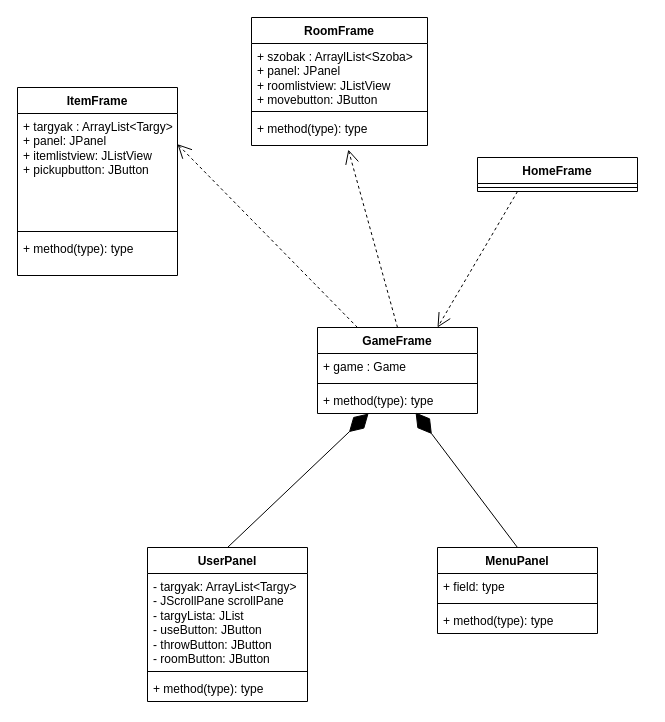
The draw.io diagram Docs/Grafikus_UML.drawio in TarsolyLevente/projlab_pupakok, before the edit. Source tidied: cells renumbered, new cells numbered last; positions are measured from the earlier drawing's top-left corner, leaving out a move shared by most shapes. Both pictures are drawn from the tidied source at 100%, with x=0, y=0 at pixel (17, 17).
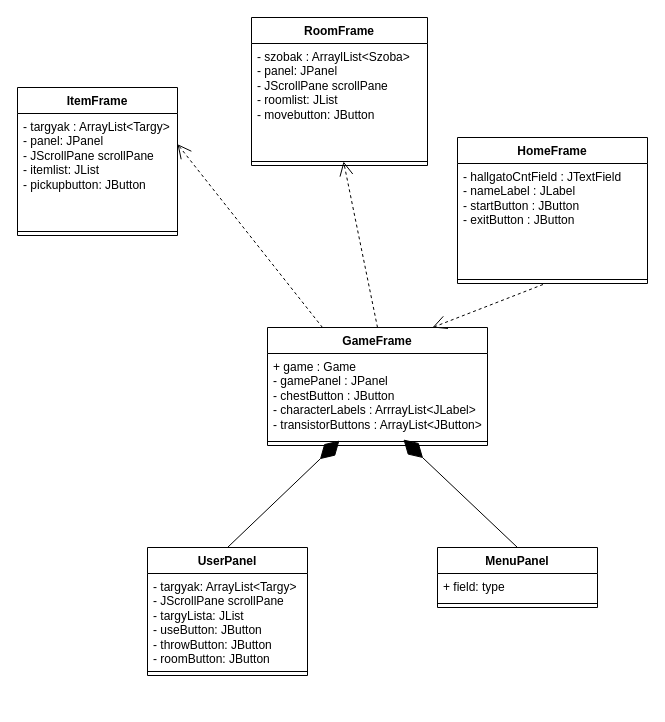
Above is the later version.

Commit message:
UML fasz

Diff of the diagram source:
```diff
@@
-    <mxCell id="2" value="HomeFrame" style="swimlane;fontStyle=1;align=center;verticalAlign=top;horizontal=1;startSize=26;whiteSpace=wrap;html=1;" parent="1" vertex="1">
-      <mxGeometry x="460" y="140" width="160" height="34" as="geometry" />
-    </mxCell>
-    <mxCell id="3" style="line;strokeWidth=1;fillColor=none;align=left;verticalAlign=middle;spacingTop=-1;spacingLeft=3;spacingRight=3;labelPosition=right;strokeColor=inherit;" parent="2" vertex="1">
-      <mxGeometry y="26" width="160" height="8" as="geometry" />
-    </mxCell>
     <mxCell id="4" value="GameFrame" style="swimlane;fontStyle=1;align=center;verticalAlign=top;horizontal=1;startSize=26;whiteSpace=wrap;html=1;" parent="1" vertex="1">
-      <mxGeometry x="300" y="310" width="160" height="86" as="geometry" />
+      <mxGeometry x="250" y="310" width="220" height="118" as="geometry" />
     </mxCell>
-    <mxCell id="5" value="+ game : Game" style="text;strokeColor=none;fillColor=none;align=left;verticalAlign=top;spacingLeft=4;spacingRight=4;overflow=hidden;points=[[0,0.5],[1,0.5]];portConstraint=eastwest;whiteSpace=wrap;html=1;" parent="4" vertex="1">
-      <mxGeometry y="26" width="160" height="26" as="geometry" />
+    <mxCell id="5" value="+ game : Game&lt;div&gt;- gamePanel : JPanel&lt;/div&gt;&lt;div&gt;- chestButton : JButton&lt;/div&gt;&lt;div&gt;- characterLabels : ArrrayList&amp;lt;JLabel&amp;gt;&lt;/div&gt;&lt;div&gt;- transistorButtons : ArrayList&amp;lt;JButton&amp;gt;&lt;/div&gt;" style="text;strokeColor=none;fillColor=none;align=left;verticalAlign=top;spacingLeft=4;spacingRight=4;overflow=hidden;points=[[0,0.5],[1,0.5]];portConstraint=eastwest;whiteSpace=wrap;html=1;" parent="4" vertex="1">
+      <mxGeometry y="26" width="220" height="84" as="geometry" />
     </mxCell>
     <mxCell id="6" style="line;strokeWidth=1;fillColor=none;align=left;verticalAlign=middle;spacingTop=-1;spacingLeft=3;spacingRight=3;labelPosition=right;points=[];portConstraint=eastwest;strokeColor=inherit;" parent="4" vertex="1">
-      <mxGeometry y="52" width="160" height="8" as="geometry" />
+      <mxGeometry y="110" width="220" height="8" as="geometry" />
     </mxCell>
-    <mxCell id="7" value="+ method(type): type" style="text;strokeColor=none;fillColor=none;align=left;verticalAlign=top;spacingLeft=4;spacingRight=4;overflow=hidden;points=[[0,0.5],[1,0.5]];portConstraint=eastwest;whiteSpace=wrap;html=1;" parent="4" vertex="1">
-      <mxGeometry y="60" width="160" height="26" as="geometry" />
-    </mxCell>
     <mxCell id="8" value="RoomFrame" style="swimlane;fontStyle=1;align=center;verticalAlign=top;horizontal=1;startSize=26;whiteSpace=wrap;html=1;" parent="1" vertex="1">
-      <mxGeometry x="234" width="176" height="128" as="geometry" />
+      <mxGeometry x="234" width="176" height="148" as="geometry" />
     </mxCell>
-    <mxCell id="9" value="&lt;div&gt;+ szobak : ArraylList&amp;lt;Szoba&amp;gt;&lt;/div&gt;&lt;div&gt;+ panel: JPanel&lt;/div&gt;&lt;div&gt;+ roomlistview: JListView&lt;/div&gt;&lt;div&gt;+ movebutton: JButton&lt;/div&gt;" style="text;strokeColor=none;fillColor=none;align=left;verticalAlign=top;spacingLeft=4;spacingRight=4;overflow=hidden;whiteSpace=wrap;html=1;" parent="8" vertex="1">
-      <mxGeometry y="26" width="176" height="64" as="geometry" />
+    <mxCell id="9" value="&lt;div&gt;- szobak : ArraylList&amp;lt;Szoba&amp;gt;&lt;/div&gt;&lt;div&gt;- panel: JPanel&lt;/div&gt;&lt;div&gt;- JScrollPane scrollPane&lt;/div&gt;&lt;div&gt;- roomlist: JList&lt;/div&gt;&lt;div&gt;- movebutton: JButton&lt;/div&gt;" style="text;strokeColor=none;fillColor=none;align=left;verticalAlign=top;spacingLeft=4;spacingRight=4;overflow=hidden;whiteSpace=wrap;html=1;" parent="8" vertex="1">
+      <mxGeometry y="26" width="176" height="114" as="geometry" />
     </mxCell>
     <mxCell id="10" style="line;strokeWidth=1;fillColor=none;align=left;verticalAlign=middle;spacingTop=-1;spacingLeft=3;spacingRight=3;labelPosition=right;points=[];portConstraint=eastwest;strokeColor=inherit;" parent="8" vertex="1">
-      <mxGeometry y="90" width="176" height="8" as="geometry" />
+      <mxGeometry y="140" width="176" height="8" as="geometry" />
     </mxCell>
-    <mxCell id="11" value="+ method(type): type" style="text;strokeColor=none;fillColor=none;align=left;verticalAlign=top;spacingLeft=4;spacingRight=4;overflow=hidden;points=[[0,0.5],[1,0.5]];portConstraint=eastwest;whiteSpace=wrap;html=1;" parent="8" vertex="1">
-      <mxGeometry y="98" width="176" height="30" as="geometry" />
-    </mxCell>
     <mxCell id="12" value="ItemFrame" style="swimlane;fontStyle=1;align=center;verticalAlign=top;horizontal=1;startSize=26;whiteSpace=wrap;html=1;" parent="1" vertex="1">
-      <mxGeometry y="70" width="160" height="188" as="geometry" />
+      <mxGeometry y="70" width="160" height="148" as="geometry" />
     </mxCell>
-    <mxCell id="13" value="&lt;div&gt;+ targyak : ArrayList&amp;lt;Targy&amp;gt;&lt;/div&gt;&lt;div&gt;+ panel: JPanel&lt;/div&gt;&lt;div&gt;+ itemlistview: JListView&lt;/div&gt;&lt;div&gt;+ pickupbutton: JButton&lt;br&gt;&lt;/div&gt;" style="text;strokeColor=none;fillColor=none;align=left;verticalAlign=top;spacingLeft=4;spacingRight=4;overflow=hidden;points=[[0,0.5],[1,0.5]];portConstraint=eastwest;whiteSpace=wrap;html=1;" parent="12" vertex="1">
+    <mxCell id="13" value="&lt;div&gt;- targyak : ArrayList&amp;lt;Targy&amp;gt;&lt;/div&gt;&lt;div&gt;- panel: JPanel&lt;/div&gt;&lt;div&gt;- JScrollPane scrollPane&lt;/div&gt;&lt;div&gt;- itemlist: JList&lt;/div&gt;&lt;div&gt;- pickupbutton: JButton&lt;br&gt;&lt;/div&gt;" style="text;strokeColor=none;fillColor=none;align=left;verticalAlign=top;spacingLeft=4;spacingRight=4;overflow=hidden;points=[[0,0.5],[1,0.5]];portConstraint=eastwest;whiteSpace=wrap;html=1;" parent="12" vertex="1">
       <mxGeometry y="26" width="160" height="114" as="geometry" />
     </mxCell>
@@
-    <mxCell id="15" value="+ method(type): type" style="text;strokeColor=none;fillColor=none;align=left;verticalAlign=top;spacingLeft=4;spacingRight=4;overflow=hidden;whiteSpace=wrap;html=1;" parent="12" vertex="1">
-      <mxGeometry y="148" width="160" height="40" as="geometry" />
-    </mxCell>
     <mxCell id="16" value="MenuPanel" style="swimlane;fontStyle=1;align=center;verticalAlign=top;horizontal=1;startSize=26;whiteSpace=wrap;html=1;" parent="1" vertex="1">
-      <mxGeometry x="420" y="530" width="160" height="86" as="geometry" />
+      <mxGeometry x="420" y="530" width="160" height="60" as="geometry" />
     </mxCell>
@@
-    <mxCell id="19" value="+ method(type): type" style="text;strokeColor=none;fillColor=none;align=left;verticalAlign=top;spacingLeft=4;spacingRight=4;overflow=hidden;whiteSpace=wrap;html=1;" parent="16" vertex="1">
-      <mxGeometry y="60" width="160" height="26" as="geometry" />
-    </mxCell>
     <mxCell id="20" value="UserPanel" style="swimlane;fontStyle=1;align=center;verticalAlign=top;horizontal=1;startSize=26;whiteSpace=wrap;html=1;" parent="1" vertex="1">
-      <mxGeometry x="130" y="530" width="160" height="154" as="geometry" />
+      <mxGeometry x="130" y="530" width="160" height="128" as="geometry" />
     </mxCell>
@@
-    <mxCell id="23" value="+ method(type): type" style="text;strokeColor=none;fillColor=none;align=left;verticalAlign=top;spacingLeft=4;spacingRight=4;overflow=hidden;whiteSpace=wrap;html=1;" parent="20" vertex="1">
-      <mxGeometry y="128" width="160" height="26" as="geometry" />
-    </mxCell>
-    <mxCell id="24" style="endArrow=diamondThin;endFill=1;endSize=24;html=1;rounded=0;exitX=0.5;exitY=0;exitDx=0;exitDy=0;entryX=0.319;entryY=1;entryDx=0;entryDy=0;entryPerimeter=0;" parent="1" edge="1" source="20" target="7">
+    <mxCell id="24" style="endArrow=diamondThin;endFill=1;endSize=24;html=1;rounded=0;exitX=0.5;exitY=0;exitDx=0;exitDy=0;entryX=0.327;entryY=1.036;entryDx=0;entryDy=0;entryPerimeter=0;" parent="1" edge="1" source="20" target="5">
       <mxGeometry relative="1" as="geometry" />
     </mxCell>
-    <mxCell id="25" style="endArrow=diamondThin;endFill=1;endSize=24;html=1;rounded=0;exitX=0.5;exitY=0;exitDx=0;exitDy=0;entryX=0.613;entryY=0.962;entryDx=0;entryDy=0;entryPerimeter=0;" parent="1" edge="1" source="16" target="7">
+    <mxCell id="25" style="endArrow=diamondThin;endFill=1;endSize=24;html=1;rounded=0;exitX=0.5;exitY=0;exitDx=0;exitDy=0;entryX=0.618;entryY=0.25;entryDx=0;entryDy=0;entryPerimeter=0;" parent="1" edge="1" source="16" target="6">
       <mxGeometry relative="1" as="geometry" />
     </mxCell>
-    <mxCell id="26" style="endArrow=open;endSize=12;dashed=1;html=1;rounded=0;exitX=0.25;exitY=1;exitDx=0;exitDy=0;entryX=0.75;entryY=0;entryDx=0;entryDy=0;" parent="1" edge="1" source="2" target="4">
+    <mxCell id="26" style="endArrow=open;endSize=12;dashed=1;html=1;rounded=0;entryX=0.75;entryY=0;entryDx=0;entryDy=0;exitX=0.45;exitY=1.125;exitDx=0;exitDy=0;exitPerimeter=0;" parent="1" edge="1" source="30" target="4">
       <mxGeometry relative="1" as="geometry" />
     </mxCell>
-    <mxCell id="27" style="endArrow=open;endSize=12;dashed=1;html=1;rounded=0;exitX=0.5;exitY=0;exitDx=0;exitDy=0;entryX=0.55;entryY=1.136;entryDx=0;entryDy=0;entryPerimeter=0;" parent="1" edge="1" source="4" target="11">
+    <mxCell id="27" style="endArrow=open;endSize=12;dashed=1;html=1;rounded=0;exitX=0.5;exitY=0;exitDx=0;exitDy=0;entryX=0.523;entryY=0.5;entryDx=0;entryDy=0;entryPerimeter=0;" parent="1" edge="1" source="4" target="10">
       <mxGeometry relative="1" as="geometry" />
     </mxCell>
@@
+    <mxCell id="2" value="HomeFrame" style="swimlane;fontStyle=1;align=center;verticalAlign=top;horizontal=1;startSize=26;whiteSpace=wrap;html=1;" parent="1" vertex="1">
+      <mxGeometry x="440" y="120" width="190" height="146" as="geometry" />
+    </mxCell>
+    <mxCell id="29" value="- hallgatoCntField : JTextField&lt;div&gt;- nameLabel : JLabel&lt;/div&gt;&lt;div&gt;- startButton : JButton&lt;/div&gt;&lt;div&gt;- exitButton : JButton&lt;br&gt;&lt;div&gt;&lt;br&gt;&lt;/div&gt;&lt;/div&gt;" style="text;strokeColor=none;fillColor=none;align=left;verticalAlign=top;spacingLeft=4;spacingRight=4;overflow=hidden;whiteSpace=wrap;html=1;" parent="2" vertex="1">
+      <mxGeometry y="26" width="190" height="112" as="geometry" />
+    </mxCell>
+    <mxCell id="30" style="line;strokeWidth=1;fillColor=none;align=left;verticalAlign=middle;spacingTop=-1;spacingLeft=3;spacingRight=3;labelPosition=right;points=[];portConstraint=eastwest;strokeColor=inherit;" parent="2" vertex="1">
+      <mxGeometry y="138" width="190" height="8" as="geometry" />
+    </mxCell>
```
